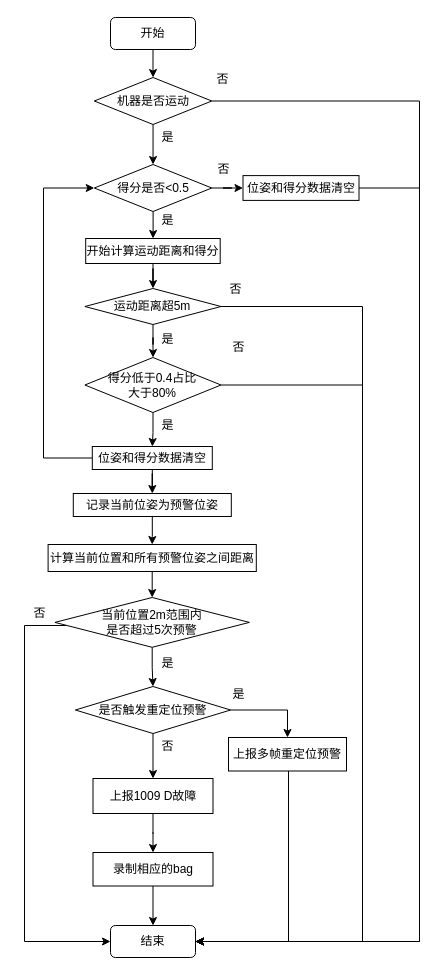
Earlier version of the draw.io diagram page "环境变化预警" (16 of 18) of localization.drawio (lyfa007/picgo). Source tidied: cells renumbered, new cells numbered last; positions are measured from the earlier drawing's top-left corner, leaving out a move shared by most shapes. Both pictures are drawn from the tidied source at 100%, with x=0, y=0 at pixel (24, 17).
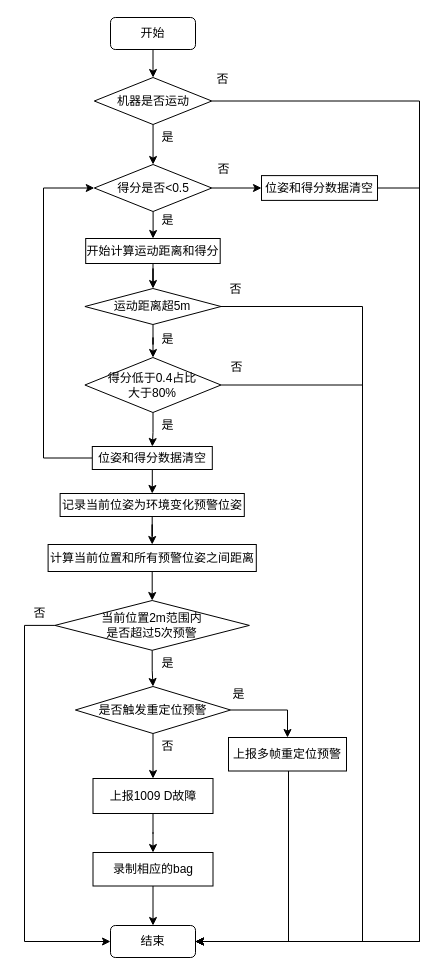
The same page after the edit.

Diff of the diagram source:
```diff
@@
     <mxCell id="34" value="否" style="text;html=1;align=center;verticalAlign=middle;strokeColor=none;fillColor=none;" parent="1" vertex="1">
-      <mxGeometry x="199" y="317" width="30" height="26" as="geometry" />
+      <mxGeometry x="196.6" y="337" width="30" height="26" as="geometry" />
     </mxCell>
@@
     <mxCell id="39" value="位姿和得分数据清空" style="whiteSpace=wrap;html=1;rounded=0;" parent="1" vertex="1">
-      <mxGeometry x="218.5" y="158.1" width="116" height="24.8" as="geometry" />
+      <mxGeometry x="237" y="158.1" width="116" height="24.8" as="geometry" />
     </mxCell>
@@
     <mxCell id="45" value="当前位置2m范围内&lt;div&gt;是否超过&lt;span style=&quot;background-color: initial;&quot;&gt;5次预警&lt;/span&gt;&lt;/div&gt;" style="rhombus;whiteSpace=wrap;html=1;rounded=0;" parent="1" vertex="1">
-      <mxGeometry x="30.4" y="580" width="194.5" height="49.8" as="geometry" />
+      <mxGeometry x="30.4" y="583" width="194.5" height="49.8" as="geometry" />
     </mxCell>
@@
-    <mxCell id="51" value="记录当前位姿为预警位姿" style="whiteSpace=wrap;html=1;rounded=0;" parent="1" vertex="1">
-      <mxGeometry x="48.8" y="476" width="158" height="23" as="geometry" />
+    <mxCell id="51" value="记录当前位姿为环境变化预警位姿" style="whiteSpace=wrap;html=1;rounded=0;" parent="1" vertex="1">
+      <mxGeometry x="35.6" y="476" width="184.2" height="23" as="geometry" />
     </mxCell>
```
